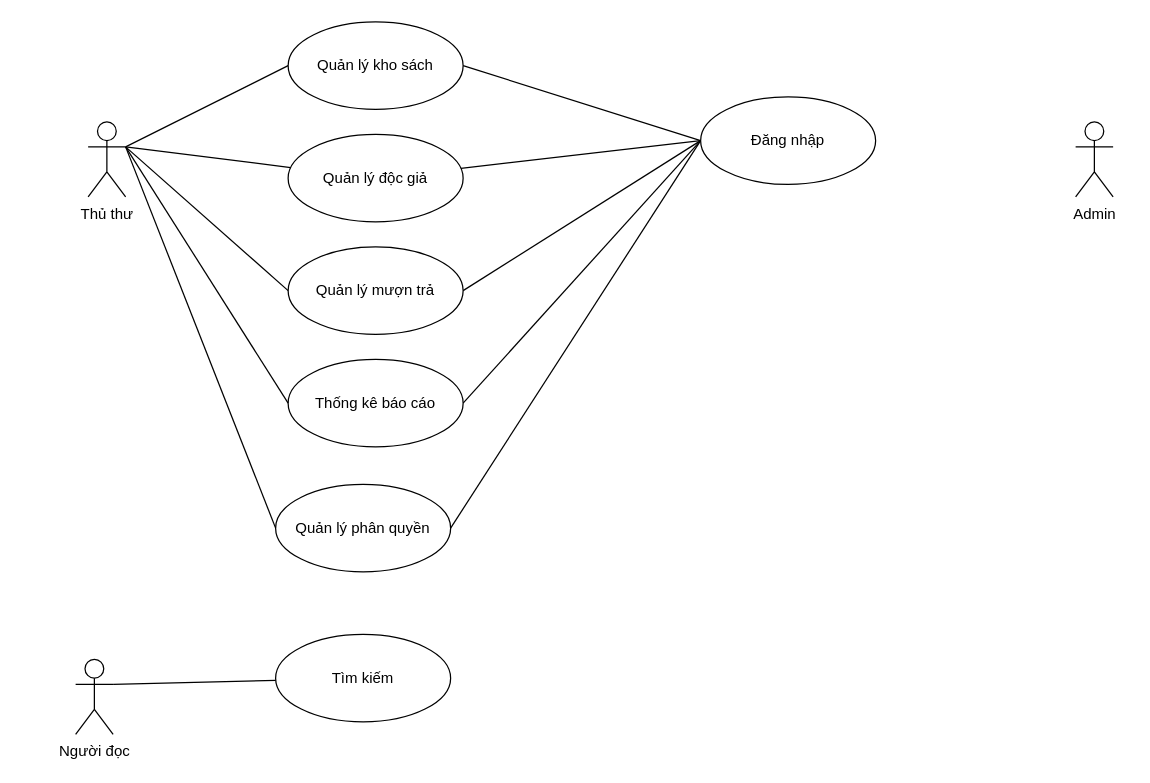
The draw.io diagram USECASETHUVIEN.drawio in LeeTaDa/LeTatDat, before the edit. Source tidied: cells renumbered, new cells numbered last; positions are measured from the earlier drawing's top-left corner, leaving out a move shared by most shapes. Both pictures are drawn from the tidied source at 125%, with x=0, y=0 at pixel (75, 21).
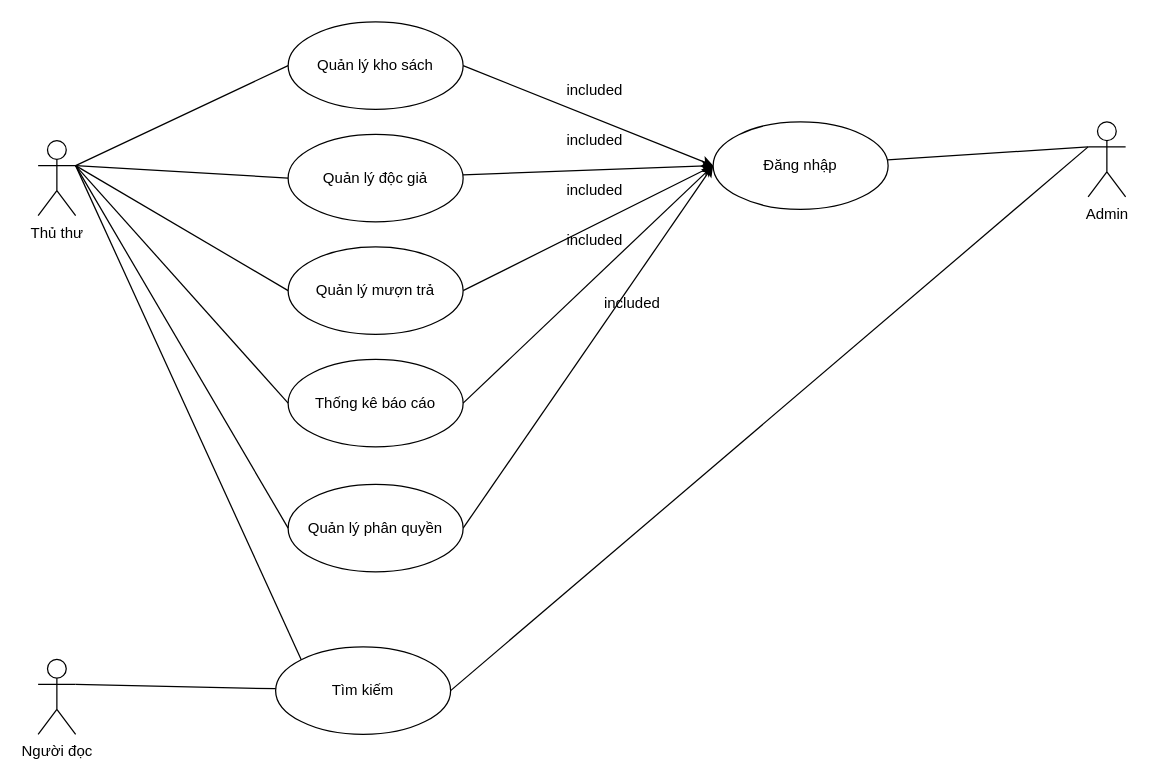
The same diagram, later.

Unchanged cells that the change refers to:
```xml
<mxCell id="6" value="Quản lý kho sách" style="ellipse;whiteSpace=wrap;html=1;" parent="1" vertex="1">
  <mxGeometry x="170" width="140" height="70" as="geometry" />
</mxCell>
<mxCell id="8" value="Quản lý độc giả" style="ellipse;whiteSpace=wrap;html=1;" parent="1" vertex="1">
  <mxGeometry x="170" y="90" width="140" height="70" as="geometry" />
</mxCell>
<mxCell id="10" value="Quản lý mượn trả" style="ellipse;whiteSpace=wrap;html=1;" parent="1" vertex="1">
  <mxGeometry x="170" y="180" width="140" height="70" as="geometry" />
</mxCell>
<mxCell id="12" value="Thống kê báo cáo" style="ellipse;whiteSpace=wrap;html=1;" parent="1" vertex="1">
  <mxGeometry x="170" y="270" width="140" height="70" as="geometry" />
</mxCell>
```

The edit, as a diff of the source:
```diff
@@
     <mxCell id="2" value="Thủ thư" style="shape=umlActor;verticalLabelPosition=bottom;verticalAlign=top;html=1;" parent="1" vertex="1">
-      <mxGeometry x="10" y="80" width="30" height="60" as="geometry" />
+      <mxGeometry x="-30" y="95" width="30" height="60" as="geometry" />
     </mxCell>
     <mxCell id="3" value="Người đọc" style="shape=umlActor;verticalLabelPosition=bottom;verticalAlign=top;html=1;" parent="1" vertex="1">
-      <mxGeometry y="510" width="30" height="60" as="geometry" />
+      <mxGeometry x="-30" y="510" width="30" height="60" as="geometry" />
     </mxCell>
     <mxCell id="4" value="Admin" style="shape=umlActor;verticalLabelPosition=bottom;verticalAlign=top;html=1;" parent="1" vertex="1">
-      <mxGeometry x="800" y="80" width="30" height="60" as="geometry" />
+      <mxGeometry x="810" y="80" width="30" height="60" as="geometry" />
     </mxCell>
-    <mxCell id="5" style="rounded=0;jettySize=auto;html=1;entryX=0;entryY=0.5;entryDx=0;entryDy=0;endArrow=none;endFill=0;exitX=1;exitY=0.5;exitDx=0;exitDy=0;" parent="1" edge="1" source="6" target="16">
+    <mxCell id="5" style="rounded=0;jettySize=auto;html=1;entryX=0;entryY=0.5;entryDx=0;entryDy=0;endArrow=classic;endFill=1;exitX=1;exitY=0.5;exitDx=0;exitDy=0;" parent="1" edge="1" source="6" target="16">
       <mxGeometry relative="1" as="geometry" />
     </mxCell>
@@
-    <mxCell id="7" style="rounded=0;jettySize=auto;html=1;entryX=0;entryY=0.5;entryDx=0;entryDy=0;endArrow=none;endFill=0;" parent="1" edge="1" source="8" target="16">
+    <mxCell id="7" style="rounded=0;jettySize=auto;html=1;entryX=0;entryY=0.5;entryDx=0;entryDy=0;endArrow=classic;endFill=1;" parent="1" edge="1" source="8" target="16">
       <mxGeometry relative="1" as="geometry" />
     </mxCell>
@@
-    <mxCell id="9" style="rounded=0;jettySize=auto;html=1;entryX=0;entryY=0.5;entryDx=0;entryDy=0;endArrow=none;endFill=0;exitX=1;exitY=0.5;exitDx=0;exitDy=0;" parent="1" edge="1" source="10" target="16">
+    <mxCell id="9" style="rounded=0;jettySize=auto;html=1;entryX=0;entryY=0.5;entryDx=0;entryDy=0;endArrow=classic;endFill=1;exitX=1;exitY=0.5;exitDx=0;exitDy=0;" parent="1" edge="1" source="10" target="16">
       <mxGeometry relative="1" as="geometry" />
     </mxCell>
@@
-    <mxCell id="11" style="rounded=0;jettySize=auto;html=1;entryX=0;entryY=0.5;entryDx=0;entryDy=0;endArrow=none;endFill=0;exitX=1;exitY=0.5;exitDx=0;exitDy=0;" parent="1" edge="1" source="12" target="16">
-      <mxGeometry relative="1" as="geometry" />
-    </mxCell>
@@
-    <mxCell id="13" style="rounded=0;jettySize=auto;html=1;entryX=0;entryY=0.5;entryDx=0;entryDy=0;endArrow=none;endFill=0;exitX=1;exitY=0.5;exitDx=0;exitDy=0;" parent="1" edge="1" source="14" target="16">
+    <mxCell id="13" style="rounded=0;jettySize=auto;html=1;entryX=0;entryY=0.5;entryDx=0;entryDy=0;endArrow=classic;endFill=1;exitX=1;exitY=0.5;exitDx=0;exitDy=0;" parent="1" edge="1" source="14" target="16">
       <mxGeometry relative="1" as="geometry" />
     </mxCell>
     <mxCell id="14" value="Quản lý phân quyền" style="ellipse;whiteSpace=wrap;html=1;" parent="1" vertex="1">
-      <mxGeometry x="160" y="370" width="140" height="70" as="geometry" />
+      <mxGeometry x="170" y="370" width="140" height="70" as="geometry" />
     </mxCell>
     <mxCell id="15" value="Tìm kiếm" style="ellipse;whiteSpace=wrap;html=1;" parent="1" vertex="1">
-      <mxGeometry x="160" y="490" width="140" height="70" as="geometry" />
+      <mxGeometry x="160" y="500" width="140" height="70" as="geometry" />
     </mxCell>
     <mxCell id="16" value="Đăng nhập" style="ellipse;whiteSpace=wrap;html=1;" parent="1" vertex="1">
-      <mxGeometry x="500" y="60" width="140" height="70" as="geometry" />
+      <mxGeometry x="510" y="80" width="140" height="70" as="geometry" />
     </mxCell>
@@
-    <mxCell id="18" style="rounded=0;jettySize=auto;html=1;entryX=1;entryY=0.3333333333333333;entryDx=0;entryDy=0;entryPerimeter=0;endArrow=none;endFill=0;" parent="1" edge="1" source="8" target="2">
+    <mxCell id="18" style="rounded=0;jettySize=auto;html=1;entryX=1;entryY=0.3333333333333333;entryDx=0;entryDy=0;entryPerimeter=0;endArrow=none;endFill=0;exitX=0;exitY=0.5;exitDx=0;exitDy=0;" parent="1" edge="1" source="8" target="2">
       <mxGeometry relative="1" as="geometry" />
     </mxCell>
@@
+    <mxCell id="23" value="included" style="text;html=1;align=center;verticalAlign=middle;strokeColor=none;fillColor=none;" parent="1" vertex="1">
+      <mxGeometry x="380" y="40" width="70" height="30" as="geometry" />
+    </mxCell>
+    <mxCell id="24" value="included" style="text;html=1;align=center;verticalAlign=middle;strokeColor=none;fillColor=none;" parent="1" vertex="1">
+      <mxGeometry x="380" y="120" width="70" height="30" as="geometry" />
+    </mxCell>
+    <mxCell id="25" value="included" style="text;html=1;align=center;verticalAlign=middle;strokeColor=none;fillColor=none;" parent="1" vertex="1">
+      <mxGeometry x="380" y="80" width="70" height="30" as="geometry" />
+    </mxCell>
+    <mxCell id="26" value="included" style="text;html=1;align=center;verticalAlign=middle;strokeColor=none;fillColor=none;" parent="1" vertex="1">
+      <mxGeometry x="410" y="210" width="70" height="30" as="geometry" />
+    </mxCell>
+    <mxCell id="11" style="rounded=0;jettySize=auto;html=1;entryX=0;entryY=0.5;entryDx=0;entryDy=0;endArrow=classic;endFill=1;exitX=1;exitY=0.5;exitDx=0;exitDy=0;" parent="1" edge="1" source="12" target="16">
+      <mxGeometry relative="1" as="geometry" />
+    </mxCell>
+    <mxCell id="27" value="included" style="text;html=1;align=center;verticalAlign=middle;strokeColor=none;fillColor=none;" parent="1" vertex="1">
+      <mxGeometry x="380" y="160" width="70" height="30" as="geometry" />
+    </mxCell>
+    <mxCell id="28" style="rounded=0;jettySize=auto;html=1;entryX=1;entryY=0.3333333333333333;entryDx=0;entryDy=0;entryPerimeter=0;endArrow=none;endFill=0;exitX=0;exitY=0;exitDx=0;exitDy=0;" parent="1" edge="1" source="15" target="2">
+      <mxGeometry relative="1" as="geometry" />
+    </mxCell>
+    <mxCell id="29" style="rounded=0;jettySize=auto;html=1;entryX=0;entryY=0.3333333333333333;entryDx=0;entryDy=0;entryPerimeter=0;endArrow=none;endFill=0;" parent="1" edge="1" source="16" target="4">
+      <mxGeometry relative="1" as="geometry" />
+    </mxCell>
+    <mxCell id="30" style="rounded=0;jettySize=auto;html=1;entryX=0;entryY=0.3333333333333333;entryDx=0;entryDy=0;entryPerimeter=0;endArrow=none;endFill=0;exitX=1;exitY=0.5;exitDx=0;exitDy=0;" parent="1" edge="1" source="15" target="4">
+      <mxGeometry relative="1" as="geometry" />
+    </mxCell>
```
